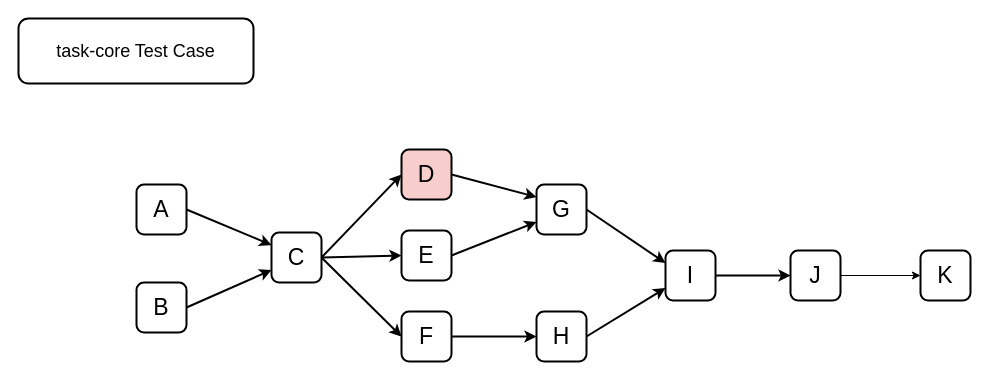
Before: page "Task Test DAG" (3 of 4) of data-hamal.drawio in wojiaojsjzs/data-hamal, a draw.io diagram. Source tidied: cells renumbered, new cells numbered last; positions are measured from the earlier drawing's top-left corner, leaving out a move shared by most shapes. Both pictures are drawn from the tidied source at 100%, with x=0, y=0 at pixel (18, 18).
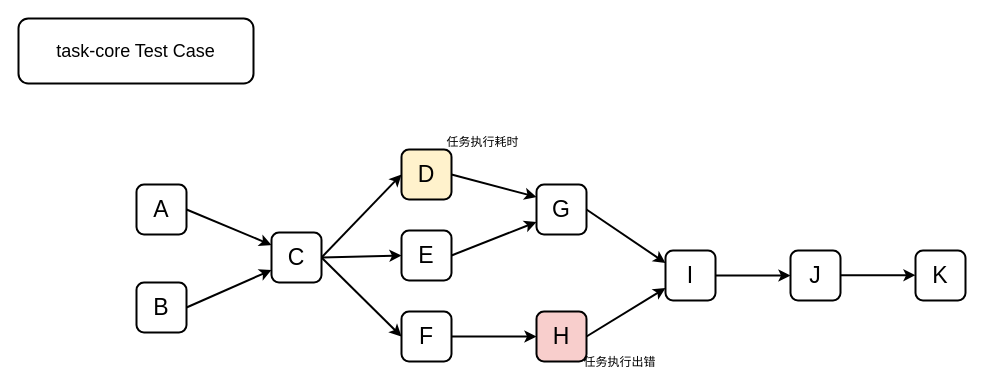
The same page after the edit.

Unchanged cells that the change refers to:
```xml
<mxCell id="22" value="J" style="whiteSpace=wrap;html=1;strokeColor=default;strokeWidth=2;fontSize=23;rounded=1;" parent="1" vertex="1">
  <mxGeometry x="772" y="232" width="50" height="50" as="geometry" />
</mxCell>
```

What changed in the source:
```diff
@@
-    <mxCell id="16" value="D" style="whiteSpace=wrap;html=1;strokeColor=#000000;strokeWidth=2;fontSize=23;fillColor=#f8cecc;rounded=1;" parent="1" vertex="1">
+    <mxCell id="16" value="D" style="whiteSpace=wrap;html=1;strokeColor=#000000;strokeWidth=2;fontSize=23;fillColor=#fff2cc;rounded=1;" parent="1" vertex="1">
       <mxGeometry x="383" y="131" width="50" height="50" as="geometry" />
     </mxCell>
@@
-    <mxCell id="18" value="H" style="whiteSpace=wrap;html=1;strokeColor=default;strokeWidth=2;fontSize=23;rounded=1;" parent="1" vertex="1">
+    <mxCell id="18" value="H" style="whiteSpace=wrap;html=1;strokeColor=#000000;strokeWidth=2;fontSize=23;rounded=1;fillColor=#f8cecc;" parent="1" vertex="1">
       <mxGeometry x="518" y="293" width="50" height="50" as="geometry" />
     </mxCell>
@@
-    <mxCell id="21" style="edgeStyle=orthogonalEdgeStyle;rounded=0;jettySize=auto;html=1;" parent="1" edge="1" source="22" target="25">
-      <mxGeometry relative="1" as="geometry" />
-    </mxCell>
@@
     <mxCell id="25" value="K" style="whiteSpace=wrap;html=1;strokeColor=default;strokeWidth=2;fontSize=23;rounded=1;" parent="1" vertex="1">
-      <mxGeometry x="902" y="232" width="50" height="50" as="geometry" />
+      <mxGeometry x="897" y="232" width="50" height="50" as="geometry" />
     </mxCell>
+    <mxCell id="26" value="任务执行耗时" style="text;html=1;align=center;verticalAlign=middle;strokeColor=none;fillColor=none;fontFamily=Hannotate SC;" parent="1" vertex="1">
+      <mxGeometry x="419" y="111" width="90" height="26" as="geometry" />
+    </mxCell>
+    <mxCell id="27" value="任务执行出错" style="text;html=1;align=center;verticalAlign=middle;strokeColor=none;fillColor=none;fontFamily=Hannotate SC;" parent="1" vertex="1">
+      <mxGeometry x="556" y="331" width="90" height="26" as="geometry" />
+    </mxCell>
+    <mxCell id="28" style="edgeStyle=none;orthogonalLoop=1;jettySize=auto;html=1;strokeWidth=2;rounded=1;" parent="1" edge="1">
+      <mxGeometry relative="1" as="geometry">
+        <mxPoint x="822" y="256.7" as="sourcePoint" />
+        <mxPoint x="897" y="256.7" as="targetPoint" />
+      </mxGeometry>
+    </mxCell>
```
